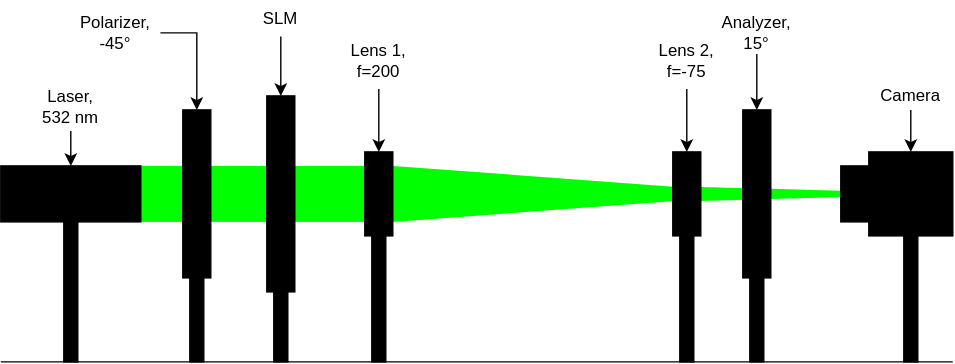
Earlier version of the draw.io export documentation/images/setup_candidate.svg (nbaehler/mask-designer). Source tidied: cells renumbered, new cells last; positions are measured from the earlier drawing's top-left corner, leaving out a move shared by most shapes.
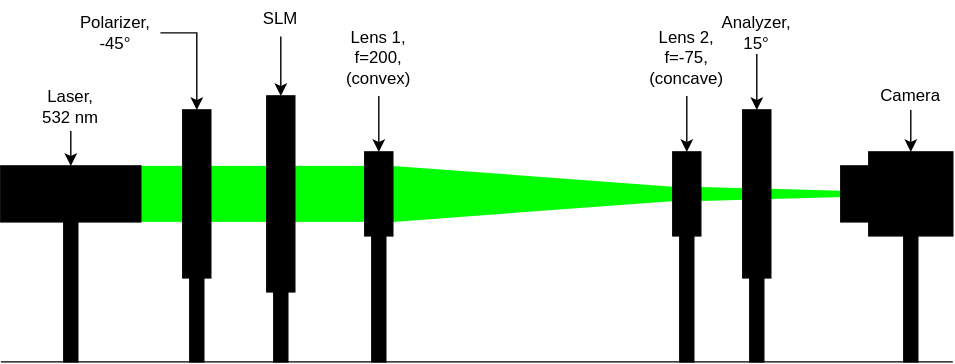
The same diagram one commit later.

What changed in the source:
```diff
@@ -65,8 +65,8 @@
     <mxCell id="21" style="edgeStyle=orthogonalEdgeStyle;rounded=0;jettySize=auto;html=1;exitX=0.5;exitY=1;exitDx=0;exitDy=0;" parent="1" edge="1" source="22" target="29">
       <mxGeometry relative="1" as="geometry" />
     </mxCell>
-    <mxCell id="22" value="&lt;div&gt;Lens 1,&lt;/div&gt;&lt;div&gt;f=200&lt;br&gt;&lt;/div&gt;" style="text;html=1;strokeColor=none;fillColor=none;align=center;verticalAlign=middle;whiteSpace=wrap;rounded=0;" parent="1" vertex="1">
-      <mxGeometry x="240" y="23" width="60" height="40" as="geometry" />
+    <mxCell id="22" value="&lt;div&gt;Lens 1,&lt;/div&gt;&lt;div&gt;f=200,&lt;br&gt;&lt;/div&gt;&lt;div&gt;(convex)&lt;br&gt;&lt;/div&gt;" style="text;html=1;strokeColor=none;fillColor=none;align=center;verticalAlign=middle;whiteSpace=wrap;rounded=0;" parent="1" vertex="1">
+      <mxGeometry x="240" y="13" width="60" height="55" as="geometry" />
     </mxCell>
     <mxCell id="23" value="Polarizer,&lt;br&gt;-45°" style="text;html=1;strokeColor=none;fillColor=none;align=center;verticalAlign=middle;whiteSpace=wrap;rounded=0;" parent="1" vertex="1">
       <mxGeometry x="50" y="8" width="64" height="30" as="geometry" />
@@ -74,8 +74,8 @@
     <mxCell id="24" style="edgeStyle=orthogonalEdgeStyle;rounded=0;jettySize=auto;html=1;exitX=0.5;exitY=1;exitDx=0;exitDy=0;entryX=0.5;entryY=0;entryDx=0;entryDy=0;" parent="1" edge="1" source="25" target="34">
       <mxGeometry relative="1" as="geometry" />
     </mxCell>
-    <mxCell id="25" value="&lt;div&gt;Lens 2,&lt;/div&gt;&lt;div&gt;f=-75&lt;br&gt;&lt;/div&gt;" style="text;html=1;strokeColor=none;fillColor=none;align=center;verticalAlign=middle;whiteSpace=wrap;rounded=0;" parent="1" vertex="1">
-      <mxGeometry x="460" y="23" width="60" height="40" as="geometry" />
+    <mxCell id="25" value="&lt;div&gt;Lens 2,&lt;/div&gt;&lt;div&gt;f=-75,&lt;br&gt;&lt;/div&gt;&lt;div&gt;(concave)&lt;/div&gt;" style="text;html=1;strokeColor=none;fillColor=none;align=center;verticalAlign=middle;whiteSpace=wrap;rounded=0;" parent="1" vertex="1">
+      <mxGeometry x="460" y="13" width="60" height="55" as="geometry" />
     </mxCell>
     <mxCell id="26" style="rounded=0;whiteSpace=wrap;html=1;fillColor=#000000;" parent="1" vertex="1">
       <mxGeometry x="530" y="78" width="20" height="120" as="geometry" />
```
